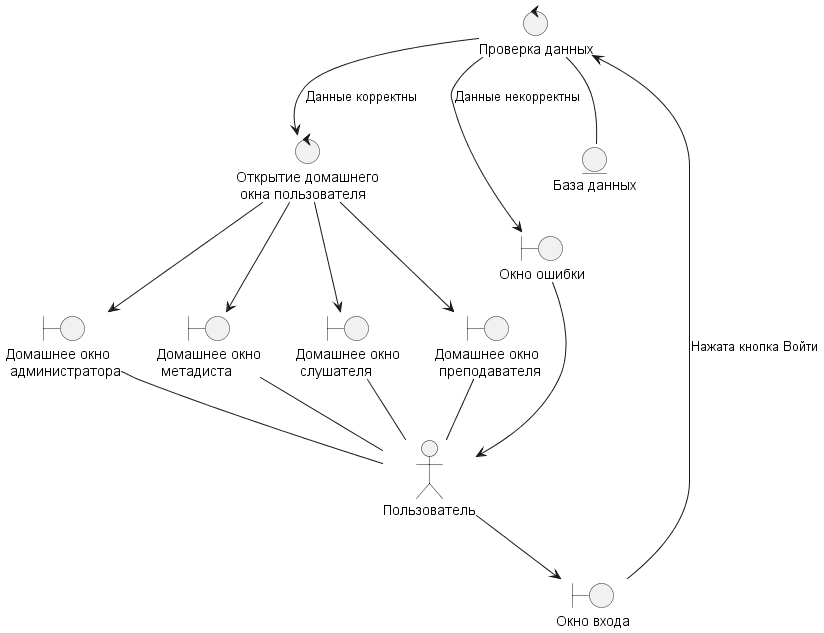
The PlantUML diagram UML/out/Prigodnosty/PrVhod/PVhod.wsd.png in Undetaker45/MDKP, before a commit. Its diagram source:
```plantuml
@startuml PVhod.wsd

actor "Пользователь" as pl

control "Проверка данных" as co

control "Открытие домашнего\n окна пользователя" as co1

boundary "Окно входа" as bo

entity "База данных" as en

boundary "Домашнее окно\n метадиста" as bom
boundary "Домашнее окно\n слушателя" as bos
boundary "Домашнее окно\n преподавателя" as bop
boundary "Домашнее окно\n администратора" as boa
boundary "Окно ошибки" as bo2

pl -down-> bo
bo -up-> co : Нажата кнопка Войти
co --> co1 : Данные корректны
co --> bo2 : Данные некорректны
co -- en
co1 --> bom
co1 --> bos
co1 --> bop
co1 --> boa

bo2 --> pl
boa -- pl
bos -- pl
bop -- pl
bom -- pl

@enduml
```
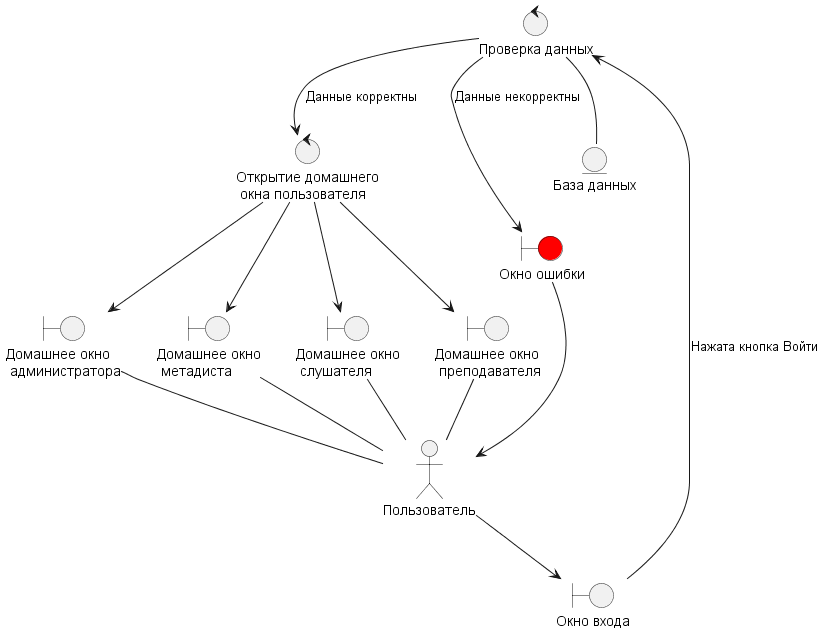
Later version of the same file.

The edit, as a diff of the source:
```diff
@@ -14,7 +14,7 @@
 boundary "Домашнее окно\n слушателя" as bos
 boundary "Домашнее окно\n преподавателя" as bop
 boundary "Домашнее окно\n администратора" as boa
-boundary "Окно ошибки" as bo2
+boundary "Окно ошибки" as bo2 #Red
 
 pl -down-> bo
 bo -up-> co : Нажата кнопка Войти
```
